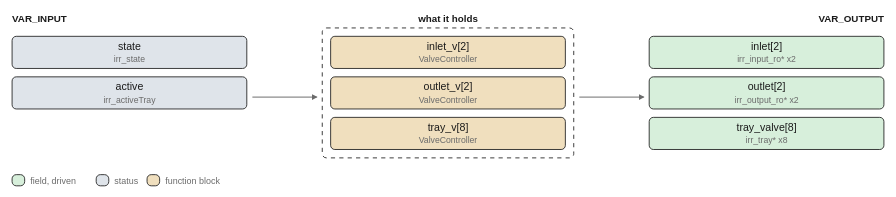
pstch/botanik2 keeps this draw.io diagram as images/logic/irr_valves.drawio.svg. Above is the earlier version. Source tidied: cells renumbered, new cells last; positions are measured from the earlier drawing's top-left corner, leaving out a move shared by most shapes.
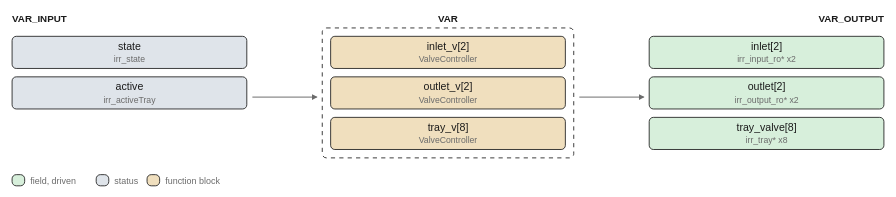
The same file after the commit.

Change to the diagram source:
```diff
@@ -5,8 +5,8 @@
     <mxCell id="2" value="VAR_INPUT" style="text;html=1;whiteSpace=nowrap;fontSize=7;fontColor=#1a1a1a;align=left;verticalAlign=middle;fontStyle=1;" parent="1" vertex="1">
       <mxGeometry y="-0.2" width="38.6" height="11" as="geometry" />
     </mxCell>
-    <mxCell id="3" value="what it holds" style="text;html=1;whiteSpace=nowrap;fontSize=7;fontColor=#1a1a1a;align=center;verticalAlign=middle;fontStyle=1;" parent="1" vertex="1">
-      <mxGeometry x="285" y="-0.2" width="54" height="11" as="geometry" />
+    <mxCell id="3" value="VAR" style="text;html=1;whiteSpace=nowrap;fontSize=7;fontColor=#1a1a1a;align=center;verticalAlign=middle;fontStyle=1;" parent="1" vertex="1">
+      <mxGeometry x="302" y="-0.2" width="20" height="11" as="geometry" />
     </mxCell>
     <mxCell id="4" value="VAR_OUTPUT" style="text;html=1;whiteSpace=nowrap;fontSize=7;fontColor=#1a1a1a;align=right;verticalAlign=middle;fontStyle=1;" parent="1" vertex="1">
       <mxGeometry x="581.5" y="-0.2" width="42.5" height="11" as="geometry" />
```
